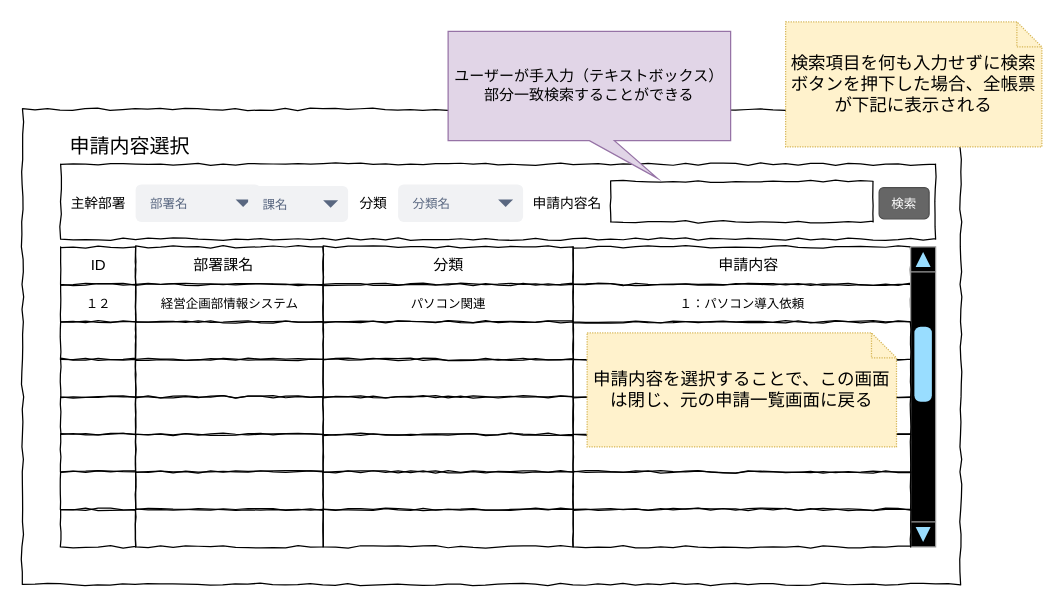
haphuongnt96/Django-REST-Practice keeps this draw.io diagram as page "s011申請書選択" (8 of 10) of docs/設計資料/01_画面/画面イメージ.drawio. Above is the earlier version. Source tidied: cells renumbered, new cells numbered last; positions are measured from the earlier drawing's top-left corner, leaving out a move shared by most shapes. Both pictures are drawn from the tidied source at 125%, with x=0, y=0 at pixel (22, 21).
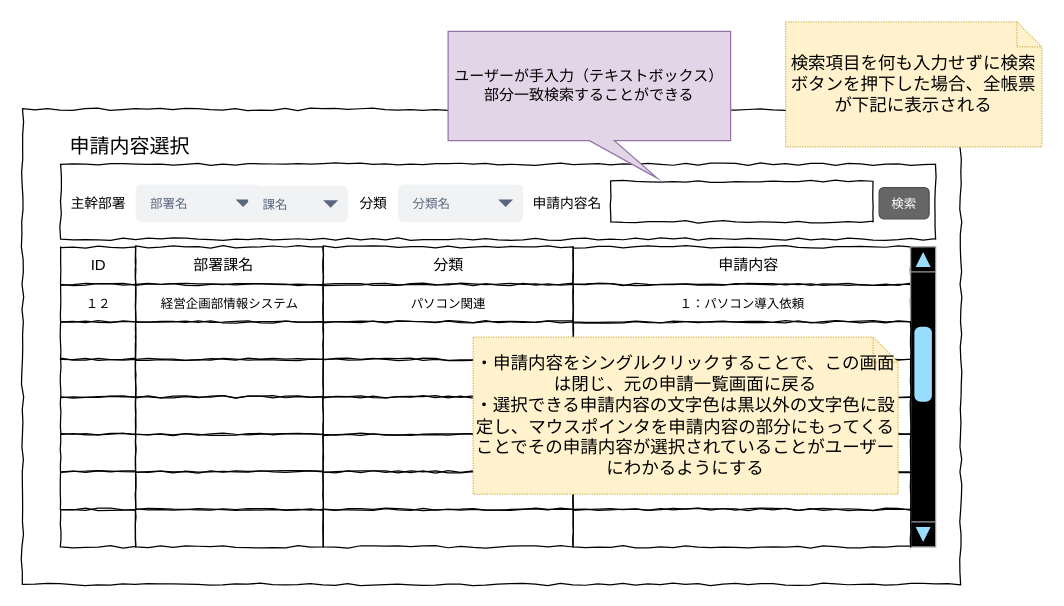
The same diagram, later.

Change to the diagram source:
```diff
@@
-    <mxCell id="33" value="申請内容を選択することで、この画面は閉じ、元の申請一覧画面に戻る" style="shape=note;size=20;whiteSpace=wrap;html=1;fontSize=14;strokeColor=#d6b656;strokeWidth=1;fillColor=#fff2cc;dashed=1;dashPattern=1 1;" parent="1" vertex="1">
-      <mxGeometry x="451.2" y="248.8" width="247.5" height="91.2" as="geometry" />
+    <mxCell id="33" value="・申請内容をシングルクリックすることで、この画面は閉じ、元の申請一覧画面に戻る&lt;br&gt;・選択できる申請内容の文字色は黒以外の文字色に設定し、マウスポインタを申請内容の部分にもってくることでその申請内容が選択されていることがユーザーにわかるようにする" style="shape=note;size=20;whiteSpace=wrap;html=1;fontSize=14;strokeColor=#d6b656;strokeWidth=1;fillColor=#fff2cc;dashed=1;dashPattern=1 1;" parent="1" vertex="1">
+      <mxGeometry x="360" y="252.2" width="340" height="125.6" as="geometry" />
     </mxCell>
```
